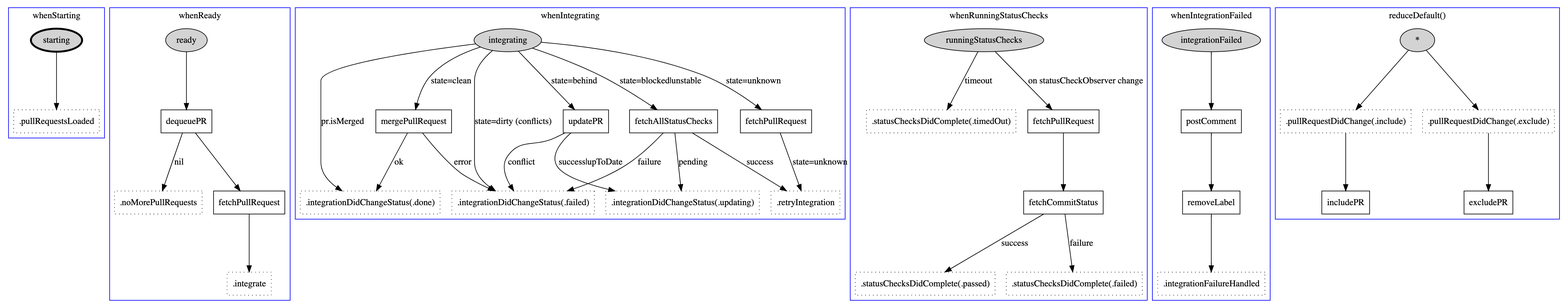
The Graphviz diagram assets/mergebot_feedbacks.png in babylonhealth/Wall-E, before a commit. Its source is kept beside it as assets/mergebot_feedbacks.dot.
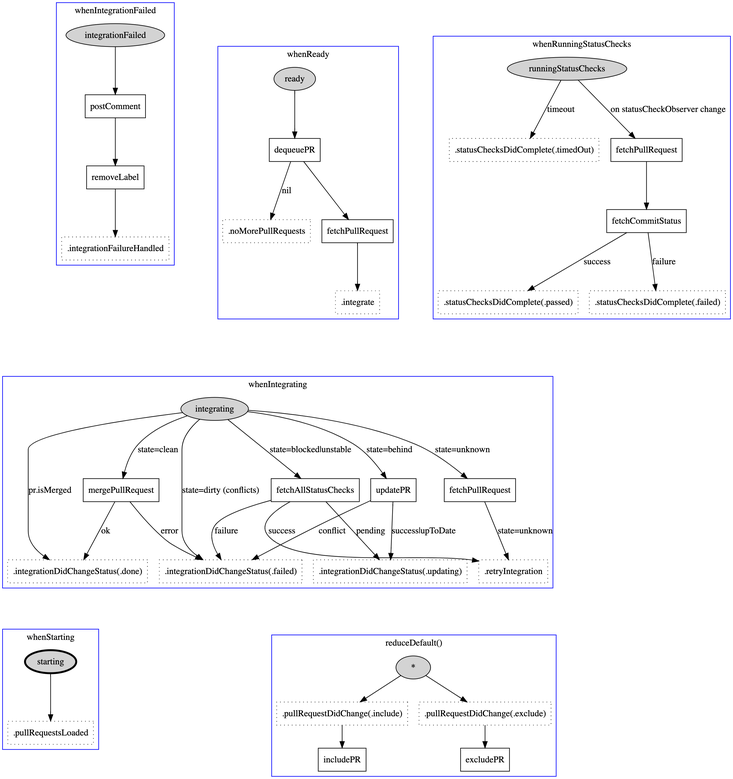
After the commit.

Commit message:
GraphViz: update pack mode for nicer layout

Change to the diagram source:
```diff
@@ -1,5 +1,6 @@
 
 digraph MergeBot {
+    pack=true
 
     subgraph states {
         node [shape=oval][style=filled,fillcolor=lightgray]
```
